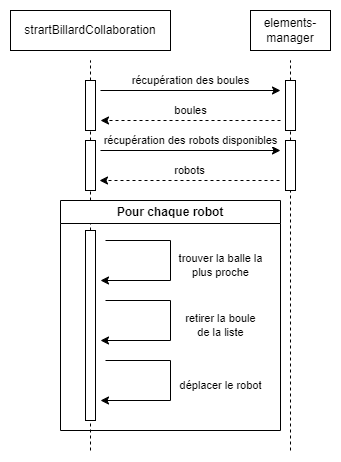
Before: Documents/Iteration6/Sequence/billard_collaboration.png, a diagram exported from draw.io (Akip2/RobotBillard). Source tidied: cells renumbered, new cells last; positions are measured from the earlier drawing's top-left corner, leaving out a move shared by most shapes.
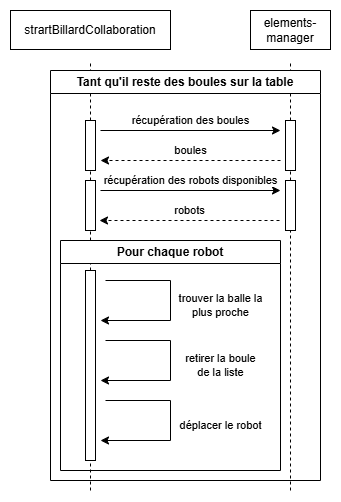
The same diagram one commit later.

What changed in the source:
```diff
@@ -3,19 +3,19 @@
     <mxCell id="0" />
     <mxCell id="1" parent="0" />
     <mxCell id="2" value="strartBillardCollaboration" style="rounded=0;whiteSpace=wrap;html=1;" parent="1" vertex="1">
-      <mxGeometry width="160" height="40" as="geometry" />
+      <mxGeometry y="-40" width="160" height="39" as="geometry" />
     </mxCell>
     <mxCell id="3" value="elements-manager" style="rounded=0;whiteSpace=wrap;html=1;" parent="1" vertex="1">
-      <mxGeometry x="240" width="80" height="40" as="geometry" />
+      <mxGeometry x="240" y="-40" width="80" height="39" as="geometry" />
     </mxCell>
     <mxCell id="4" style="endArrow=none;dashed=1;html=1;rounded=0;" parent="1" edge="1" source="7">
       <mxGeometry relative="1" as="geometry">
-        <mxPoint x="80" y="50" as="targetPoint" />
+        <mxPoint x="80" y="10" as="targetPoint" />
       </mxGeometry>
     </mxCell>
     <mxCell id="5" style="endArrow=none;dashed=1;html=1;rounded=0;" parent="1" edge="1" source="10">
       <mxGeometry relative="1" as="geometry">
-        <mxPoint x="280" y="50" as="targetPoint" />
+        <mxPoint x="280" y="10" as="targetPoint" />
       </mxGeometry>
     </mxCell>
     <mxCell id="6" style="endArrow=none;dashed=1;html=1;rounded=0;" parent="1" edge="1" source="18" target="7">
@@ -106,5 +106,8 @@
     <mxCell id="22" value="Pour chaque robot" style="swimlane;whiteSpace=wrap;html=1;" parent="1" vertex="1">
       <mxGeometry x="50" y="190" width="220" height="230" as="geometry" />
     </mxCell>
+    <mxCell id="23" value="Tant qu'il reste des boules sur la table" style="swimlane;whiteSpace=wrap;html=1;" parent="1" vertex="1">
+      <mxGeometry x="40" y="20" width="270" height="410" as="geometry" />
+    </mxCell>
   </root>
 </mxGraphModel>
```
